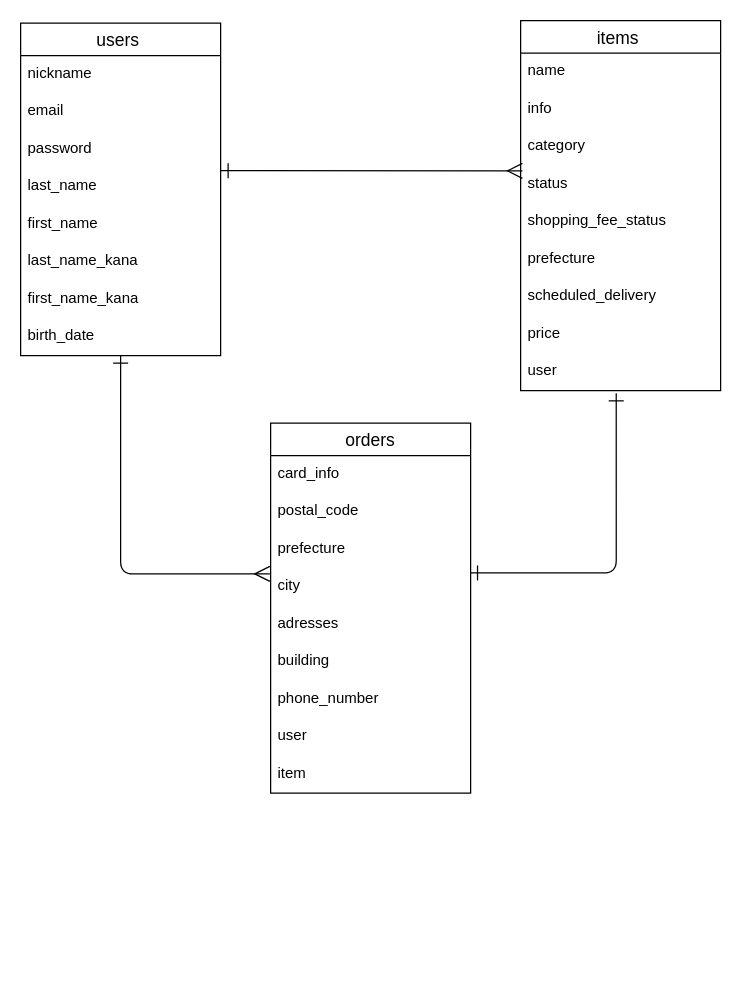
Above: ER.dio in moe20200404/furima-37582 (draw.io), before the change. Source tidied: cells renumbered, new cells numbered last; positions are measured from the earlier drawing's top-left corner, leaving out a move shared by most shapes. Both pictures are drawn from the tidied source at 125%, with x=0, y=0 at pixel (20, 20).
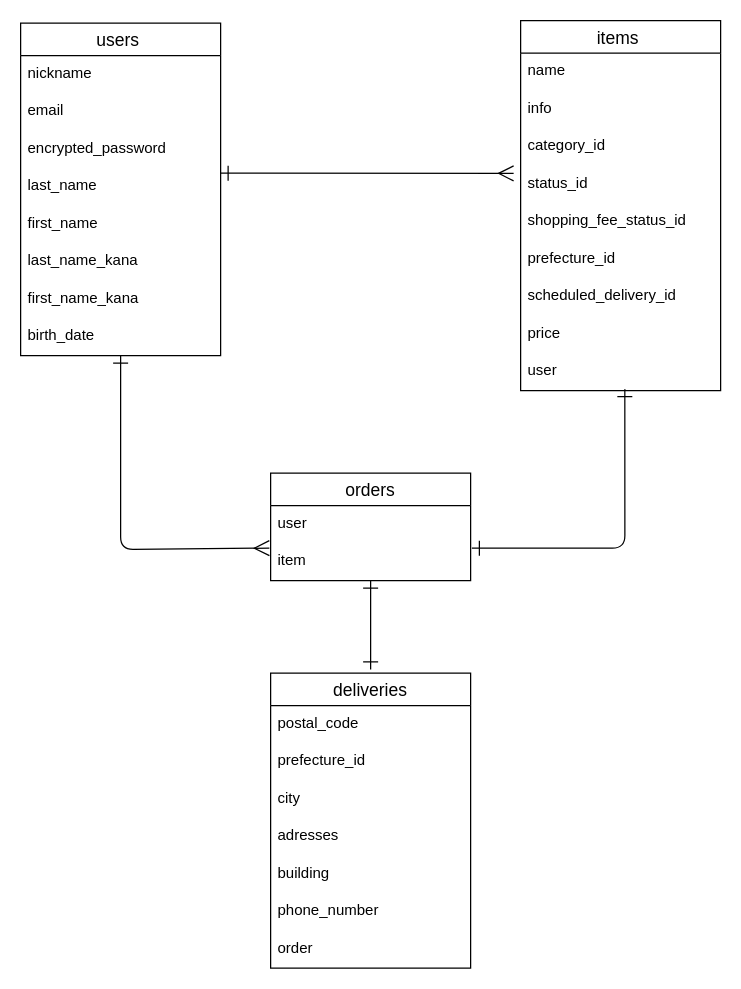
The same page after the edit.

Commit message (it also covers changes not shown here):
レビューを受け、修正

The change refers to these unchanged cells:
```xml
<mxCell id="3" value="users " style="swimlane;fontStyle=0;horizontal=1;startSize=26;align=center;fontSize=14;" parent="1" vertex="1">
  <mxGeometry y="2" width="160" height="266" as="geometry" />
</mxCell>
<mxCell id="13" value="items " style="swimlane;fontStyle=0;horizontal=1;startSize=26;align=center;fontSize=14;" parent="1" vertex="1">
  <mxGeometry x="400" width="160" height="296" as="geometry" />
</mxCell>
<mxCell id="22" value="user" style="text;strokeColor=none;fillColor=none;spacingLeft=4;spacingRight=4;overflow=hidden;points=[[0,0.5],[1,0.5]];portConstraint=eastwest;fontSize=12;" parent="13" vertex="1">
  <mxGeometry y="266" width="160" height="30" as="geometry" />
</mxCell>
```

Diff of the diagram source:
```diff
@@
-    <mxCell id="2" style="edgeStyle=orthogonalEdgeStyle;html=1;entryX=-0.004;entryY=0.154;entryDx=0;entryDy=0;entryPerimeter=0;startArrow=ERone;startFill=0;endArrow=ERmany;endFill=0;startSize=10;endSize=10;" parent="1" edge="1" source="3" target="27">
-      <mxGeometry relative="1" as="geometry" />
+    <mxCell id="2" style="edgeStyle=orthogonalEdgeStyle;html=1;startArrow=ERone;startFill=0;endArrow=ERmany;endFill=0;startSize=10;endSize=10;" parent="1" edge="1" source="3">
+      <mxGeometry relative="1" as="geometry">
+        <mxPoint x="199" y="422" as="targetPoint" />
+        <Array as="points">
+          <mxPoint x="80" y="423" />
+        </Array>
+      </mxGeometry>
     </mxCell>
@@
-    <mxCell id="6" value="password" style="text;strokeColor=none;fillColor=none;spacingLeft=4;spacingRight=4;overflow=hidden;fontSize=12;" parent="3" vertex="1">
+    <mxCell id="6" value="encrypted_password" style="text;strokeColor=none;fillColor=none;spacingLeft=4;spacingRight=4;overflow=hidden;fontSize=12;" parent="3" vertex="1">
       <mxGeometry y="86" width="160" height="30" as="geometry" />
     </mxCell>
@@
-    <mxCell id="12" style="html=1;startArrow=ERmany;startFill=0;endArrow=ERone;endFill=0;startSize=10;endSize=10;exitX=0.009;exitY=0.14;exitDx=0;exitDy=0;exitPerimeter=0;" parent="1" edge="1" source="17">
+    <mxCell id="12" style="html=1;startArrow=ERmany;startFill=0;endArrow=ERone;endFill=0;startSize=10;endSize=10;exitX=-0.035;exitY=0.207;exitDx=0;exitDy=0;exitPerimeter=0;" parent="1" edge="1" source="17">
       <mxGeometry relative="1" as="geometry">
-        <mxPoint x="160" y="120" as="targetPoint" />
+        <mxPoint x="160" y="122" as="targetPoint" />
       </mxGeometry>
     </mxCell>
@@
-    <mxCell id="16" value="category" style="text;strokeColor=none;fillColor=none;spacingLeft=4;spacingRight=4;overflow=hidden;fontSize=12;" parent="13" vertex="1">
+    <mxCell id="16" value="category_id" style="text;strokeColor=none;fillColor=none;spacingLeft=4;spacingRight=4;overflow=hidden;fontSize=12;" parent="13" vertex="1">
       <mxGeometry y="86" width="160" height="30" as="geometry" />
     </mxCell>
-    <mxCell id="17" value="status" style="text;strokeColor=none;fillColor=none;spacingLeft=4;spacingRight=4;overflow=hidden;points=[[0,0.5],[1,0.5]];portConstraint=eastwest;fontSize=12;" parent="13" vertex="1">
+    <mxCell id="17" value="status_id" style="text;strokeColor=none;fillColor=none;spacingLeft=4;spacingRight=4;overflow=hidden;points=[[0,0.5],[1,0.5]];portConstraint=eastwest;fontSize=12;" parent="13" vertex="1">
       <mxGeometry y="116" width="160" height="30" as="geometry" />
     </mxCell>
-    <mxCell id="18" value="shopping_fee_status" style="text;strokeColor=none;fillColor=none;spacingLeft=4;spacingRight=4;overflow=hidden;fontSize=12;" parent="13" vertex="1">
+    <mxCell id="18" value="shopping_fee_status_id" style="text;strokeColor=none;fillColor=none;spacingLeft=4;spacingRight=4;overflow=hidden;fontSize=12;" parent="13" vertex="1">
       <mxGeometry y="146" width="160" height="30" as="geometry" />
     </mxCell>
-    <mxCell id="19" value="prefecture" style="text;strokeColor=none;fillColor=none;spacingLeft=4;spacingRight=4;overflow=hidden;fontSize=12;" parent="13" vertex="1">
+    <mxCell id="19" value="prefecture_id" style="text;strokeColor=none;fillColor=none;spacingLeft=4;spacingRight=4;overflow=hidden;fontSize=12;" parent="13" vertex="1">
       <mxGeometry y="176" width="160" height="30" as="geometry" />
     </mxCell>
-    <mxCell id="20" value="scheduled_delivery" style="text;strokeColor=none;fillColor=none;spacingLeft=4;spacingRight=4;overflow=hidden;fontSize=12;" parent="13" vertex="1">
+    <mxCell id="20" value="scheduled_delivery_id" style="text;strokeColor=none;fillColor=none;spacingLeft=4;spacingRight=4;overflow=hidden;fontSize=12;" parent="13" vertex="1">
       <mxGeometry y="206" width="160" height="30" as="geometry" />
     </mxCell>
@@
-    <mxCell id="23" value="orders" style="swimlane;fontStyle=0;horizontal=1;startSize=26;align=center;fontSize=14;" parent="1" vertex="1">
-      <mxGeometry x="200" y="322" width="160" height="296" as="geometry" />
+    <mxCell id="23" value="deliveries" style="swimlane;fontStyle=0;horizontal=1;startSize=26;align=center;fontSize=14;" parent="1" vertex="1">
+      <mxGeometry x="200" y="522" width="160" height="236" as="geometry" />
     </mxCell>
-    <mxCell id="24" value="card_info" style="text;strokeColor=none;fillColor=none;spacingLeft=4;spacingRight=4;overflow=hidden;fontSize=12;" parent="23" vertex="1">
-      <mxGeometry y="26" width="160" height="30" as="geometry" />
-    </mxCell>
     <mxCell id="25" value="postal_code" style="text;strokeColor=none;fillColor=none;spacingLeft=4;spacingRight=4;overflow=hidden;fontSize=12;" parent="23" vertex="1">
-      <mxGeometry y="56" width="160" height="30" as="geometry" />
+      <mxGeometry y="26" width="160" height="30" as="geometry" />
     </mxCell>
-    <mxCell id="26" value="prefecture" style="text;strokeColor=none;fillColor=none;spacingLeft=4;spacingRight=4;overflow=hidden;fontSize=12;" parent="23" vertex="1">
-      <mxGeometry y="86" width="160" height="30" as="geometry" />
+    <mxCell id="26" value="prefecture_id" style="text;strokeColor=none;fillColor=none;spacingLeft=4;spacingRight=4;overflow=hidden;fontSize=12;" parent="23" vertex="1">
+      <mxGeometry y="56" width="160" height="30" as="geometry" />
     </mxCell>
     <mxCell id="27" value="city" style="text;strokeColor=none;fillColor=none;spacingLeft=4;spacingRight=4;overflow=hidden;points=[[0,0.5],[1,0.5]];portConstraint=eastwest;fontSize=12;" parent="23" vertex="1">
-      <mxGeometry y="116" width="160" height="30" as="geometry" />
+      <mxGeometry y="86" width="160" height="30" as="geometry" />
     </mxCell>
     <mxCell id="28" value="adresses" style="text;strokeColor=none;fillColor=none;spacingLeft=4;spacingRight=4;overflow=hidden;fontSize=12;" parent="23" vertex="1">
-      <mxGeometry y="146" width="160" height="30" as="geometry" />
+      <mxGeometry y="116" width="160" height="30" as="geometry" />
     </mxCell>
     <mxCell id="29" value="building" style="text;strokeColor=none;fillColor=none;spacingLeft=4;spacingRight=4;overflow=hidden;fontSize=12;" parent="23" vertex="1">
-      <mxGeometry y="176" width="160" height="30" as="geometry" />
+      <mxGeometry y="146" width="160" height="30" as="geometry" />
     </mxCell>
     <mxCell id="30" value="phone_number" style="text;strokeColor=none;fillColor=none;spacingLeft=4;spacingRight=4;overflow=hidden;fontSize=12;" parent="23" vertex="1">
-      <mxGeometry y="206" width="160" height="30" as="geometry" />
+      <mxGeometry y="176" width="160" height="30" as="geometry" />
     </mxCell>
-    <mxCell id="31" value="user" style="text;strokeColor=none;fillColor=none;spacingLeft=4;spacingRight=4;overflow=hidden;fontSize=12;" parent="23" vertex="1">
-      <mxGeometry y="236" width="160" height="30" as="geometry" />
+    <mxCell id="31" value="order" style="text;strokeColor=none;fillColor=none;spacingLeft=4;spacingRight=4;overflow=hidden;fontSize=12;" parent="23" vertex="1">
+      <mxGeometry y="206" width="160" height="30" as="geometry" />
     </mxCell>
+    <mxCell id="33" style="edgeStyle=orthogonalEdgeStyle;html=1;exitX=0.521;exitY=0.96;exitDx=0;exitDy=0;startArrow=ERone;startFill=0;endArrow=ERone;endFill=0;startSize=10;endSize=10;exitPerimeter=0;" parent="1" edge="1" source="22">
+      <mxGeometry relative="1" as="geometry">
+        <mxPoint x="361" y="422" as="targetPoint" />
+        <Array as="points">
+          <mxPoint x="483" y="422" />
+        </Array>
+      </mxGeometry>
+    </mxCell>
+    <mxCell id="34" value="orders" style="swimlane;fontStyle=0;horizontal=1;startSize=26;align=center;fontSize=14;" parent="1" vertex="1">
+      <mxGeometry x="200" y="362" width="160" height="86" as="geometry" />
+    </mxCell>
+    <mxCell id="35" value="user" style="text;strokeColor=none;fillColor=none;spacingLeft=4;spacingRight=4;overflow=hidden;fontSize=12;" parent="34" vertex="1">
+      <mxGeometry y="26" width="160" height="30" as="geometry" />
+    </mxCell>
-    <mxCell id="32" value="item" style="text;strokeColor=none;fillColor=none;spacingLeft=4;spacingRight=4;overflow=hidden;fontSize=12;" parent="23" vertex="1">
-      <mxGeometry y="266" width="160" height="30" as="geometry" />
+    <mxCell id="32" value="item" style="text;strokeColor=none;fillColor=none;spacingLeft=4;spacingRight=4;overflow=hidden;fontSize=12;" parent="34" vertex="1">
+      <mxGeometry y="56" width="160" height="30" as="geometry" />
     </mxCell>
-    <mxCell id="33" style="edgeStyle=orthogonalEdgeStyle;html=1;exitX=0.997;exitY=0.128;exitDx=0;exitDy=0;startArrow=ERone;startFill=0;endArrow=ERone;endFill=0;startSize=10;endSize=10;exitPerimeter=0;entryX=0.478;entryY=1.073;entryDx=0;entryDy=0;entryPerimeter=0;" parent="1" edge="1" source="27" target="22">
-      <mxGeometry relative="1" as="geometry">
-        <Array as="points">
-          <mxPoint x="477" y="442" />
-        </Array>
-      </mxGeometry>
-    </mxCell>
+    <mxCell id="36" style="endArrow=ERone;html=1;rounded=0;exitX=0.496;exitY=1.093;exitDx=0;exitDy=0;exitPerimeter=0;startArrow=ERone;startFill=0;endFill=0;endSize=10;startSize=10;" parent="1" edge="1">
+      <mxGeometry relative="1" as="geometry">
+        <mxPoint x="280" y="448" as="sourcePoint" />
+        <mxPoint x="280" y="519" as="targetPoint" />
+      </mxGeometry>
+    </mxCell>
```
